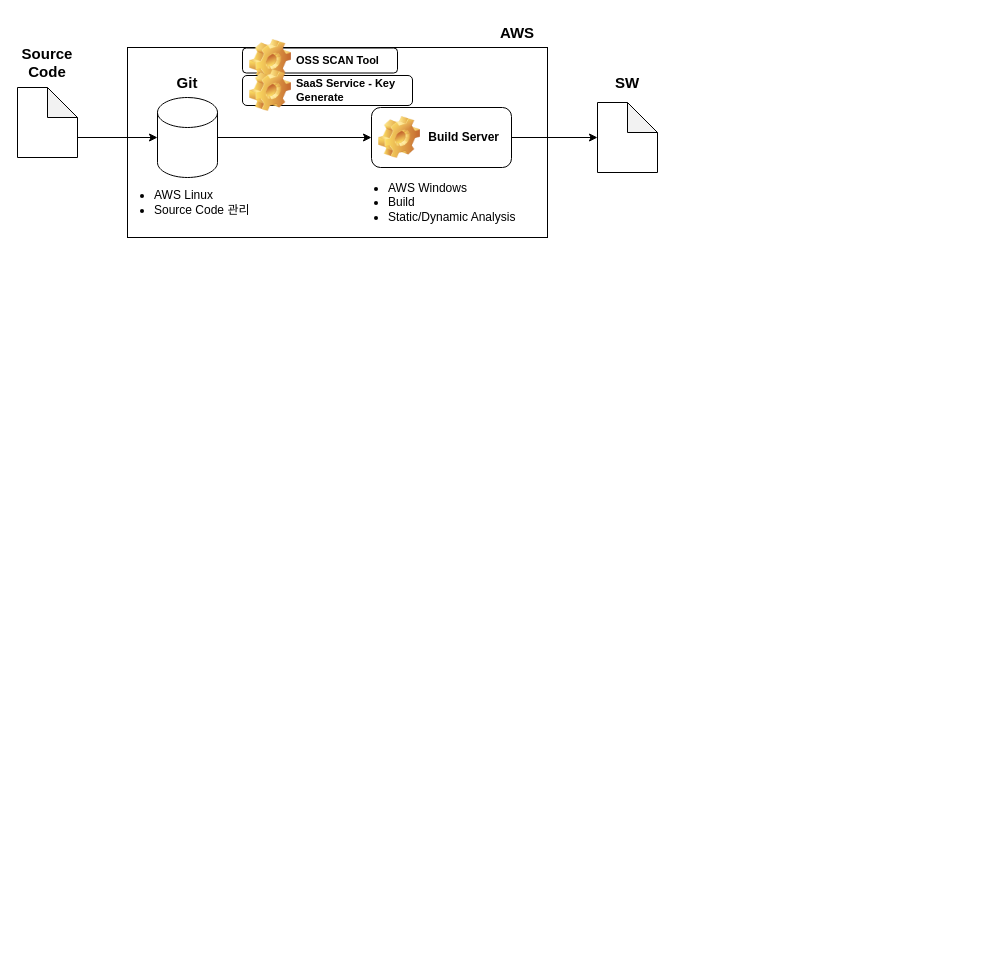
Jiwon-lee-me/cicd-web-project keeps this draw.io diagram as AWS-Infra-Architecture.drawio. Above is the earlier version. Source tidied: cells renumbered, new cells numbered last; positions are measured from the earlier drawing's top-left corner, leaving out a move shared by most shapes. Both pictures are drawn from the tidied source at 100%, with x=0, y=0 at pixel (17, 17).
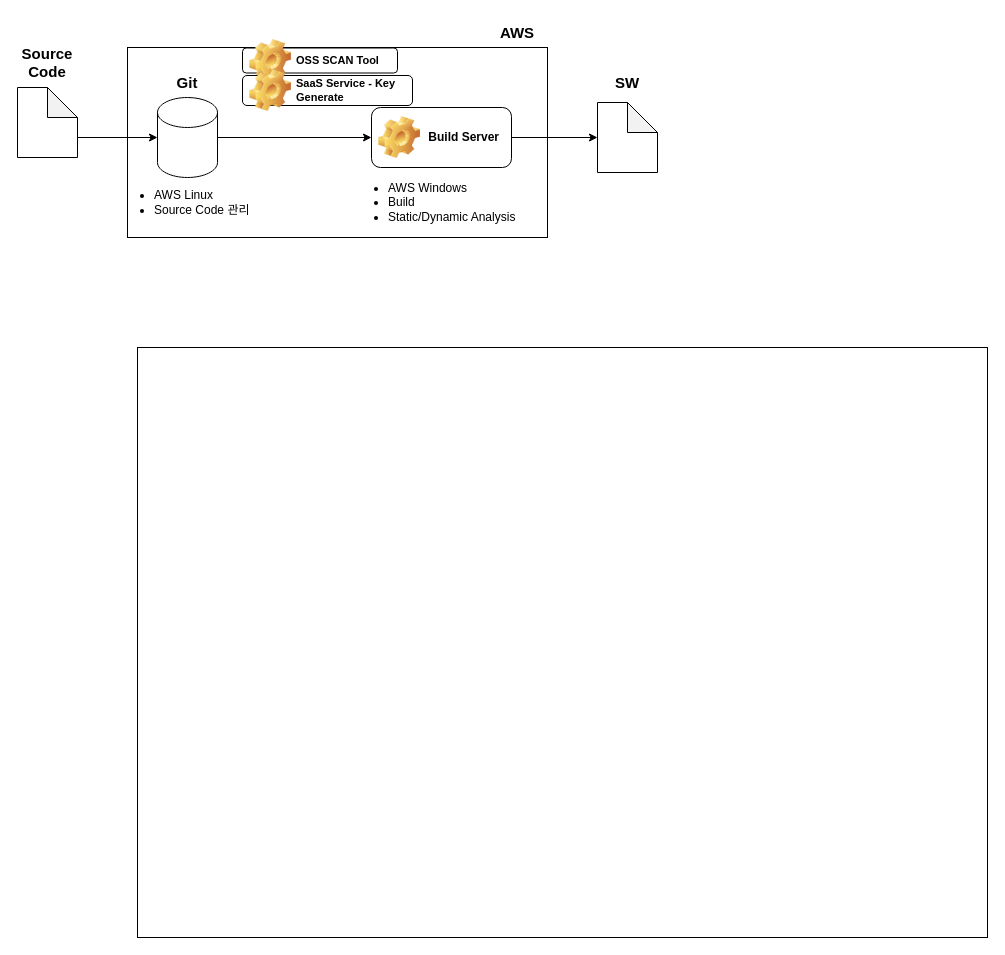
Above is the later version.

Change to the diagram source:
```diff
@@
 <mxGraphModel>
   <root>
     <mxCell id="0" />
     <mxCell id="1" parent="0" />
     <mxCell id="2" style="rounded=0;whiteSpace=wrap;html=1;" parent="1" vertex="1">
       <mxGeometry x="110" y="30" width="420" height="190" as="geometry" />
     </mxCell>
     <mxCell id="3" value="Git" style="text;strokeColor=none;align=center;fillColor=none;html=1;verticalAlign=middle;whiteSpace=wrap;rounded=0;fontStyle=1;fontSize=15;" parent="1" vertex="1">
       <mxGeometry x="140" y="50" width="60" height="30" as="geometry" />
     </mxCell>
     <mxCell id="4" style="edgeStyle=orthogonalEdgeStyle;rounded=0;jettySize=auto;html=1;exitX=1;exitY=0.5;exitDx=0;exitDy=0;exitPerimeter=0;entryX=0;entryY=0.5;entryDx=0;entryDy=0;" parent="1" edge="1" source="5" target="7">
       <mxGeometry relative="1" as="geometry" />
     </mxCell>
     <mxCell id="5" style="shape=cylinder3;whiteSpace=wrap;html=1;boundedLbl=1;backgroundOutline=1;size=15;" parent="1" vertex="1">
       <mxGeometry x="140" y="80" width="60" height="80" as="geometry" />
     </mxCell>
     <mxCell id="6" value="&lt;ul&gt;&lt;li&gt;AWS Linux&lt;/li&gt;&lt;li&gt;Source Code 관리&lt;/li&gt;&lt;/ul&gt;" style="text;strokeColor=none;align=left;fillColor=none;html=1;verticalAlign=middle;whiteSpace=wrap;rounded=0;" parent="1" vertex="1">
       <mxGeometry x="95" y="170" width="150" height="30" as="geometry" />
     </mxCell>
     <mxCell id="7" value="&amp;nbsp;Build Server" style="label;whiteSpace=wrap;html=1;image=img/clipart/Gear_128x128.png;" parent="1" vertex="1">
       <mxGeometry x="354" y="90" width="140" height="60" as="geometry" />
     </mxCell>
     <mxCell id="8" value="&lt;ul&gt;&lt;li&gt;AWS Windows&lt;/li&gt;&lt;li&gt;Build&lt;/li&gt;&lt;li&gt;Static/Dynamic Analysis&lt;/li&gt;&lt;/ul&gt;" style="text;strokeColor=none;align=left;fillColor=none;html=1;verticalAlign=middle;whiteSpace=wrap;rounded=0;" parent="1" vertex="1">
       <mxGeometry x="329" y="170" width="201" height="30" as="geometry" />
     </mxCell>
     <mxCell id="9" style="edgeStyle=orthogonalEdgeStyle;rounded=0;jettySize=auto;html=1;exitX=1;exitY=0.5;exitDx=0;exitDy=0;entryX=0;entryY=0.5;entryDx=0;entryDy=0;entryPerimeter=0;" parent="1" edge="1" source="7" target="10">
       <mxGeometry relative="1" as="geometry" />
     </mxCell>
     <mxCell id="10" style="shape=note;whiteSpace=wrap;html=1;backgroundOutline=1;darkOpacity=0.05;" parent="1" vertex="1">
       <mxGeometry x="580" y="85" width="60" height="70" as="geometry" />
     </mxCell>
     <mxCell id="11" value="SW" style="text;strokeColor=none;align=center;fillColor=none;html=1;verticalAlign=middle;whiteSpace=wrap;rounded=0;fontStyle=1;fontSize=15;" parent="1" vertex="1">
       <mxGeometry x="580" y="50" width="60" height="30" as="geometry" />
     </mxCell>
     <mxCell id="12" value="AWS" style="text;strokeColor=none;align=center;fillColor=none;html=1;verticalAlign=middle;whiteSpace=wrap;rounded=0;fontStyle=1;fontSize=15;" parent="1" vertex="1">
       <mxGeometry x="470" width="60" height="30" as="geometry" />
     </mxCell>
     <mxCell id="13" style="shape=note;whiteSpace=wrap;html=1;backgroundOutline=1;darkOpacity=0.05;" parent="1" vertex="1">
       <mxGeometry y="70" width="60" height="70" as="geometry" />
     </mxCell>
     <mxCell id="14" style="edgeStyle=orthogonalEdgeStyle;rounded=0;jettySize=auto;html=1;exitX=0;exitY=0;exitDx=60;exitDy=50;exitPerimeter=0;entryX=0;entryY=0.5;entryDx=0;entryDy=0;entryPerimeter=0;" parent="1" edge="1" source="13" target="5">
       <mxGeometry relative="1" as="geometry" />
     </mxCell>
     <mxCell id="15" value="Source Code" style="text;strokeColor=none;align=center;fillColor=none;html=1;verticalAlign=middle;whiteSpace=wrap;rounded=0;fontStyle=1;fontSize=15;" parent="1" vertex="1">
       <mxGeometry y="30" width="60" height="30" as="geometry" />
     </mxCell>
     <mxCell id="16" value="OSS SCAN Tool" style="label;whiteSpace=wrap;html=1;image=img/clipart/Gear_128x128.png;fontSize=11;" parent="1" vertex="1">
       <mxGeometry x="225" y="30.5" width="155" height="25" as="geometry" />
     </mxCell>
     <mxCell id="17" value="SaaS Service - Key Generate" style="label;whiteSpace=wrap;html=1;image=img/clipart/Gear_128x128.png;fontSize=11;" parent="1" vertex="1">
       <mxGeometry x="225" y="58" width="170" height="30" as="geometry" />
     </mxCell>
+    <mxCell id="18" style="rounded=0;whiteSpace=wrap;html=1;" parent="1" vertex="1">
+      <mxGeometry x="120" y="330" width="850" height="590" as="geometry" />
+    </mxCell>
   </root>
 </mxGraphModel>
```
